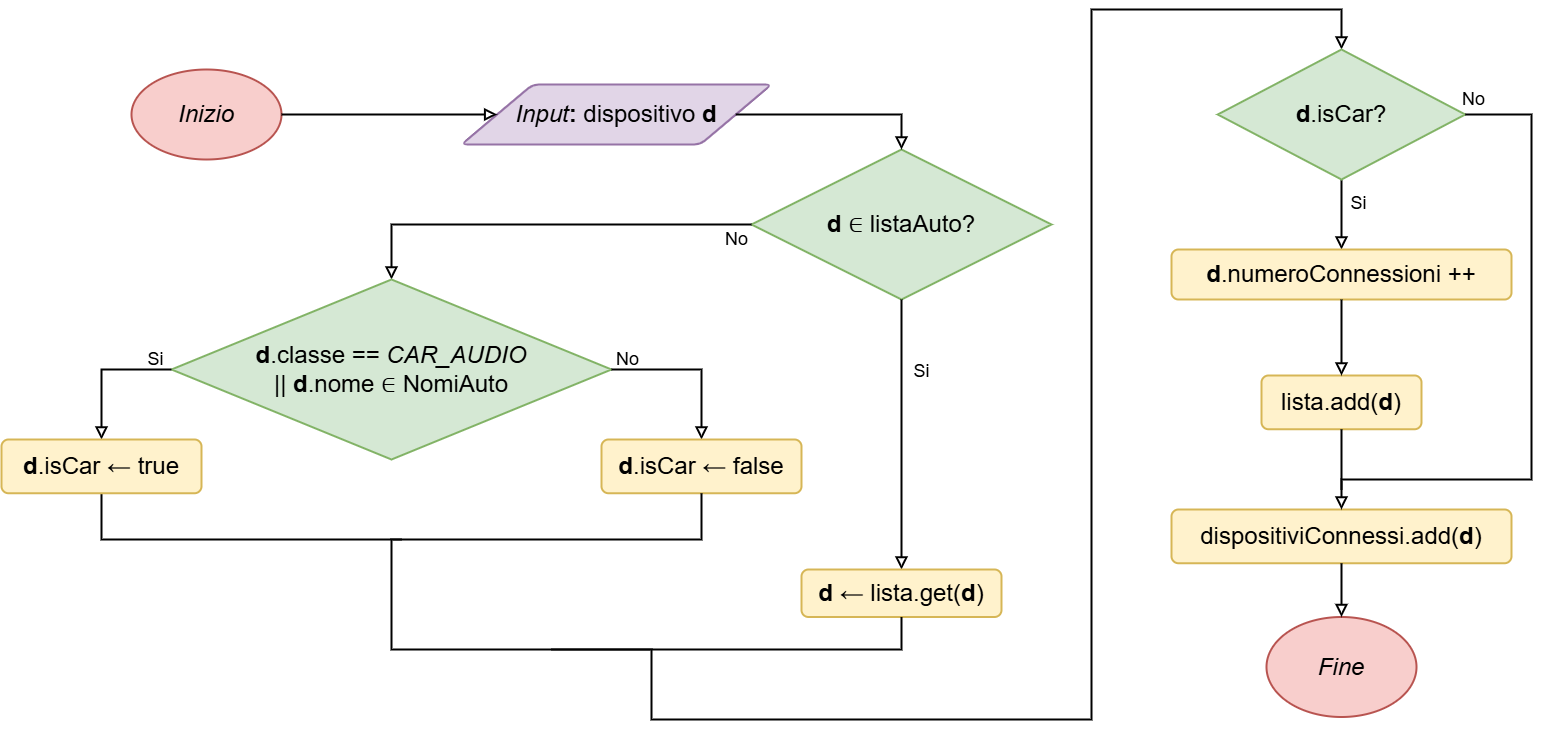
Earlier version of the draw.io export presentation/assets/algoritmo.png (Romitoskj/bachelor-thesis). Source tidied: cells renumbered, new cells last; positions are measured from the earlier drawing's top-left corner, leaving out a move shared by most shapes.
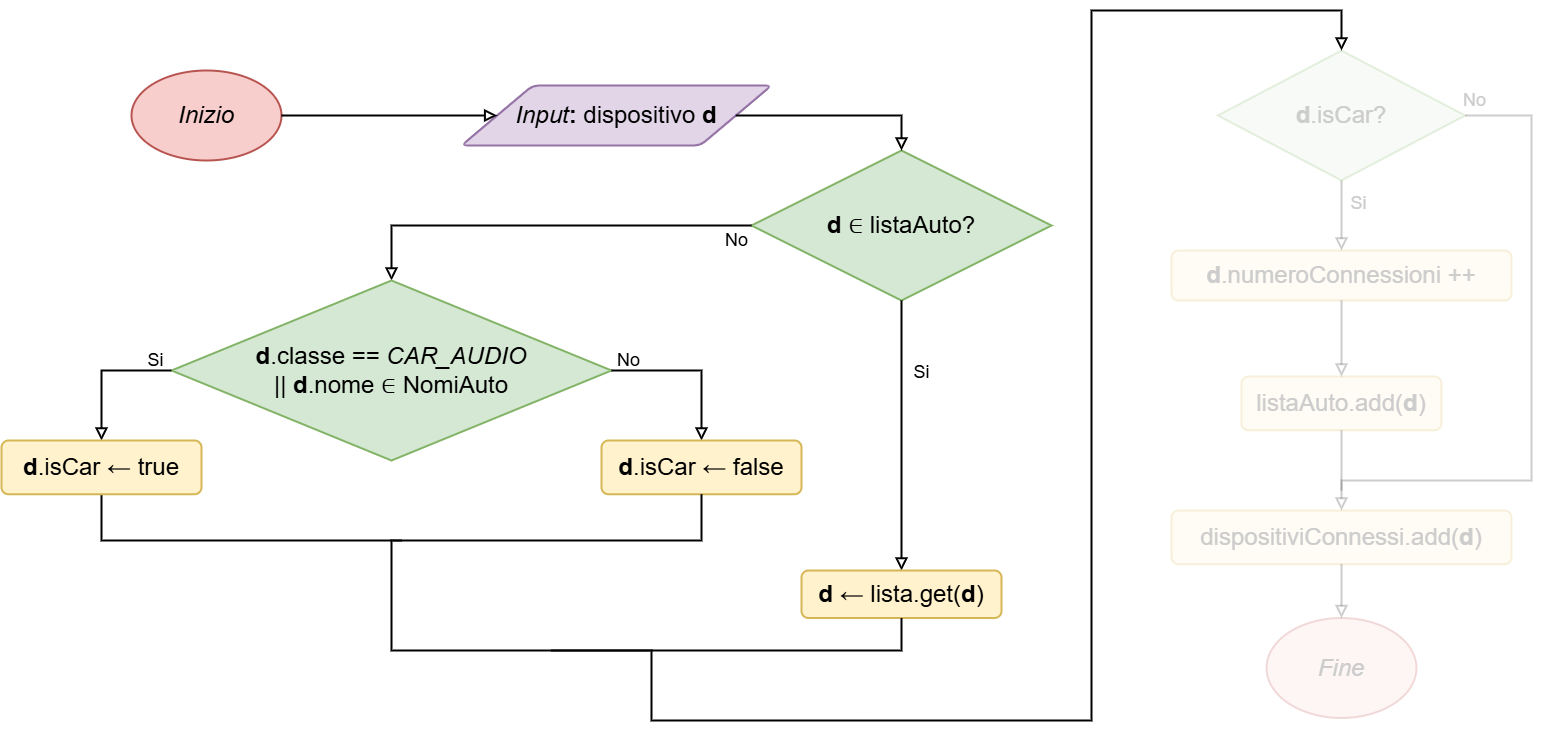
The same diagram one commit later.

Change to the diagram source:
```diff
@@ -36,7 +36,7 @@
     <mxCell id="8" value="&lt;font style=&quot;font-size: 24px;&quot;&gt;&lt;i&gt;Inizio&lt;/i&gt;&lt;/font&gt;" style="strokeWidth=2;html=1;shape=mxgraph.flowchart.start_1;whiteSpace=wrap;fillColor=#f8cecc;strokeColor=#b85450;" parent="1" vertex="1">
       <mxGeometry x="130" y="60" width="150" height="90" as="geometry" />
     </mxCell>
-    <mxCell id="9" value="&lt;font style=&quot;font-size: 24px;&quot;&gt;&lt;i&gt;Fine&lt;/i&gt;&lt;/font&gt;" style="strokeWidth=2;html=1;shape=mxgraph.flowchart.start_1;whiteSpace=wrap;fillColor=#f8cecc;strokeColor=#b85450;" parent="1" vertex="1">
+    <mxCell id="9" value="&lt;font color=&quot;#cccccc&quot; style=&quot;font-size: 24px;&quot;&gt;&lt;i&gt;Fine&lt;/i&gt;&lt;/font&gt;" style="strokeWidth=2;html=1;shape=mxgraph.flowchart.start_1;whiteSpace=wrap;fillColor=#f8cecc;strokeColor=#b85450;opacity=20;" parent="1" vertex="1">
       <mxGeometry x="1265" y="607.5" width="150" height="100" as="geometry" />
     </mxCell>
     <mxCell id="10" style="rounded=0;html=1;jettySize=auto;fontSize=11;endArrow=block;endFill=0;endSize=8;strokeWidth=2;shadow=0;labelBackgroundColor=none;edgeStyle=orthogonalEdgeStyle;exitX=1;exitY=0.5;exitDx=0;exitDy=0;exitPerimeter=0;entryX=0;entryY=0.5;entryDx=0;entryDy=0;" parent="1" edge="1" source="8" target="2">
@@ -45,25 +45,25 @@
     <mxCell id="11" value="&lt;font style=&quot;font-size: 18px;&quot;&gt;No&lt;/font&gt;" style="rounded=0;html=1;jettySize=auto;fontSize=11;endArrow=block;endFill=0;endSize=8;strokeWidth=2;shadow=0;labelBackgroundColor=none;edgeStyle=orthogonalEdgeStyle;entryX=0.5;entryY=0;entryDx=0;entryDy=0;entryPerimeter=0;exitX=0;exitY=0.5;exitDx=0;exitDy=0;exitPerimeter=0;" parent="1" edge="1" source="3" target="19">
       <mxGeometry x="-0.93" y="15" relative="1" as="geometry" />
     </mxCell>
-    <mxCell id="12" value="&lt;font style=&quot;font-size: 18px;&quot;&gt;Si&lt;/font&gt;" style="rounded=0;html=1;jettySize=auto;fontSize=11;endArrow=block;endFill=0;endSize=8;strokeWidth=2;shadow=0;labelBackgroundColor=none;edgeStyle=orthogonalEdgeStyle;entryX=0.5;entryY=0;entryDx=0;entryDy=0;exitX=0.5;exitY=1;exitDx=0;exitDy=0;exitPerimeter=0;" parent="1" edge="1" source="17" target="15">
-      <mxGeometry x="-0.33" y="17" relative="1" as="geometry" />
+    <mxCell id="12" value="&lt;font color=&quot;#cccccc&quot; style=&quot;font-size: 18px;&quot;&gt;Si&lt;/font&gt;" style="rounded=0;html=1;jettySize=auto;fontSize=11;endArrow=block;endFill=0;endSize=8;strokeWidth=2;shadow=0;labelBackgroundColor=none;edgeStyle=orthogonalEdgeStyle;entryX=0.5;entryY=0;entryDx=0;entryDy=0;exitX=0.5;exitY=1;exitDx=0;exitDy=0;exitPerimeter=0;opacity=20;" parent="1" edge="1" source="17" target="15">
+      <mxGeometry x="-0.34" y="17" relative="1" as="geometry" />
     </mxCell>
-    <mxCell id="13" value="&lt;font style=&quot;font-size: 24px;&quot;&gt;dispositiviConnessi.add(&lt;b&gt;d&lt;/b&gt;)&lt;/font&gt;" style="rounded=1;whiteSpace=wrap;html=1;absoluteArcSize=1;arcSize=14;strokeWidth=2;fillColor=#fff2cc;strokeColor=#d6b656;" parent="1" vertex="1">
+    <mxCell id="13" value="&lt;font color=&quot;#cccccc&quot; style=&quot;font-size: 24px;&quot;&gt;dispositiviConnessi.add(&lt;b&gt;d&lt;/b&gt;)&lt;/font&gt;" style="rounded=1;whiteSpace=wrap;html=1;absoluteArcSize=1;arcSize=14;strokeWidth=2;fillColor=#fff2cc;strokeColor=#d6b656;opacity=20;" parent="1" vertex="1">
       <mxGeometry x="1170" y="500" width="340" height="53.8" as="geometry" />
     </mxCell>
-    <mxCell id="14" style="rounded=0;html=1;jettySize=auto;fontSize=11;endArrow=block;endFill=0;endSize=8;strokeWidth=2;shadow=0;labelBackgroundColor=none;edgeStyle=orthogonalEdgeStyle;exitX=0.5;exitY=1;exitDx=0;exitDy=0;entryX=0.5;entryY=0;entryDx=0;entryDy=0;entryPerimeter=0;" parent="1" edge="1" source="13" target="9">
+    <mxCell id="14" style="rounded=0;html=1;jettySize=auto;fontSize=11;endArrow=block;endFill=0;endSize=8;strokeWidth=2;shadow=0;labelBackgroundColor=none;edgeStyle=orthogonalEdgeStyle;exitX=0.5;exitY=1;exitDx=0;exitDy=0;entryX=0.5;entryY=0;entryDx=0;entryDy=0;entryPerimeter=0;opacity=20;" parent="1" edge="1" source="13" target="9">
       <mxGeometry relative="1" as="geometry" />
     </mxCell>
-    <mxCell id="15" value="&lt;font style=&quot;font-size: 24px;&quot;&gt;&lt;b&gt;d&lt;/b&gt;.numeroConnessioni ++&lt;/font&gt;" style="rounded=1;whiteSpace=wrap;html=1;absoluteArcSize=1;arcSize=14;strokeWidth=2;fillColor=#fff2cc;strokeColor=#d6b656;" parent="1" vertex="1">
+    <mxCell id="15" value="&lt;font color=&quot;#cccccc&quot; style=&quot;font-size: 24px;&quot;&gt;&lt;b&gt;d&lt;/b&gt;.numeroConnessioni ++&lt;/font&gt;" style="rounded=1;whiteSpace=wrap;html=1;absoluteArcSize=1;arcSize=14;strokeWidth=2;fillColor=#fff2cc;strokeColor=#d6b656;opacity=20;" parent="1" vertex="1">
       <mxGeometry x="1170" y="240" width="340" height="50" as="geometry" />
     </mxCell>
-    <mxCell id="16" value="&lt;font style=&quot;font-size: 24px;&quot;&gt;lista.add(&lt;b&gt;d&lt;/b&gt;)&lt;/font&gt;" style="rounded=1;whiteSpace=wrap;html=1;absoluteArcSize=1;arcSize=14;strokeWidth=2;fillColor=#fff2cc;strokeColor=#d6b656;" parent="1" vertex="1">
-      <mxGeometry x="1260" y="366" width="160" height="53.8" as="geometry" />
+    <mxCell id="16" value="&lt;font color=&quot;#cccccc&quot; style=&quot;font-size: 24px;&quot;&gt;listaAuto.add(&lt;b&gt;d&lt;/b&gt;)&lt;/font&gt;" style="rounded=1;whiteSpace=wrap;html=1;absoluteArcSize=1;arcSize=14;strokeWidth=2;fillColor=#fff2cc;strokeColor=#d6b656;opacity=20;" parent="1" vertex="1">
+      <mxGeometry x="1240" y="366" width="200" height="53.8" as="geometry" />
     </mxCell>
-    <mxCell id="17" value="&lt;font style=&quot;font-size: 24px;&quot;&gt;&lt;b&gt;d&lt;/b&gt;.isCar?&lt;/font&gt;" style="strokeWidth=2;html=1;shape=mxgraph.flowchart.decision;whiteSpace=wrap;fillColor=#d5e8d4;strokeColor=#82b366;" parent="1" vertex="1">
+    <mxCell id="17" value="&lt;font color=&quot;#cccccc&quot; style=&quot;font-size: 24px;&quot;&gt;&lt;b&gt;d&lt;/b&gt;.isCar?&lt;/font&gt;" style="strokeWidth=2;html=1;shape=mxgraph.flowchart.decision;whiteSpace=wrap;fillColor=#d5e8d4;strokeColor=#82b366;opacity=20;" parent="1" vertex="1">
       <mxGeometry x="1216.2" y="40" width="247.5" height="130" as="geometry" />
     </mxCell>
-    <mxCell id="18" style="rounded=0;html=1;jettySize=auto;fontSize=11;endArrow=block;endFill=0;endSize=8;strokeWidth=2;shadow=0;labelBackgroundColor=none;edgeStyle=orthogonalEdgeStyle;exitX=0.5;exitY=1;exitDx=0;exitDy=0;entryX=0.5;entryY=0;entryDx=0;entryDy=0;" parent="1" edge="1" source="15" target="16">
+    <mxCell id="18" style="rounded=0;html=1;jettySize=auto;fontSize=11;endArrow=block;endFill=0;endSize=8;strokeWidth=2;shadow=0;labelBackgroundColor=none;edgeStyle=orthogonalEdgeStyle;exitX=0.5;exitY=1;exitDx=0;exitDy=0;entryX=0.5;entryY=0;entryDx=0;entryDy=0;opacity=20;" parent="1" edge="1" source="15" target="16">
       <mxGeometry relative="1" as="geometry" />
     </mxCell>
     <mxCell id="19" value="&lt;div&gt;&lt;font style=&quot;font-size: 24px;&quot;&gt;&lt;b&gt;d&lt;/b&gt;.classe == &lt;i&gt;CAR_AUDIO&lt;/i&gt;&lt;/font&gt;&lt;/div&gt;&lt;div&gt;&lt;font style=&quot;font-size: 24px;&quot;&gt;||&amp;nbsp;&lt;/font&gt;&lt;font style=&quot;background-color: initial; font-size: 24px;&quot;&gt;&lt;b&gt;d&lt;/b&gt;.nome&amp;nbsp;&lt;/font&gt;&lt;span style=&quot;background-color: initial; font-size: 24px;&quot;&gt;∈&amp;nbsp;&lt;/span&gt;&lt;span style=&quot;background-color: initial; font-size: 24px;&quot;&gt;NomiAuto&lt;/span&gt;&lt;/div&gt;" style="strokeWidth=2;html=1;shape=mxgraph.flowchart.decision;whiteSpace=wrap;fillColor=#d5e8d4;strokeColor=#82b366;" parent="1" vertex="1">
@@ -104,7 +104,7 @@
         </Array>
       </mxGeometry>
     </mxCell>
-    <mxCell id="25" value="&lt;font style=&quot;font-size: 18px;&quot;&gt;No&lt;/font&gt;" style="rounded=0;html=1;jettySize=auto;fontSize=11;endArrow=block;endFill=0;endSize=8;strokeWidth=2;shadow=0;labelBackgroundColor=none;edgeStyle=orthogonalEdgeStyle;exitX=1;exitY=0.5;exitDx=0;exitDy=0;exitPerimeter=0;entryX=0.5;entryY=0;entryDx=0;entryDy=0;" parent="1" edge="1" source="17" target="13">
+    <mxCell id="25" value="&lt;font color=&quot;#cccccc&quot; style=&quot;font-size: 18px;&quot;&gt;No&lt;/font&gt;" style="rounded=0;html=1;jettySize=auto;fontSize=11;endArrow=block;endFill=0;endSize=8;strokeWidth=2;shadow=0;labelBackgroundColor=none;edgeStyle=orthogonalEdgeStyle;exitX=1;exitY=0.5;exitDx=0;exitDy=0;exitPerimeter=0;entryX=0.5;entryY=0;entryDx=0;entryDy=0;opacity=20;" parent="1" edge="1" source="17" target="13">
       <mxGeometry x="-0.97" y="15" relative="1" as="geometry">
         <Array as="points">
           <mxPoint x="1530" y="105" />
@@ -113,7 +113,7 @@
         </Array>
       </mxGeometry>
     </mxCell>
-    <mxCell id="26" style="endArrow=none;html=1;rounded=0;entryX=0.5;entryY=1;entryDx=0;entryDy=0;strokeWidth=2;" parent="1" edge="1" target="16">
+    <mxCell id="26" style="endArrow=none;html=1;rounded=0;entryX=0.5;entryY=1;entryDx=0;entryDy=0;strokeWidth=2;opacity=20;" parent="1" edge="1" target="16">
       <mxGeometry relative="1" as="geometry">
         <mxPoint x="1340" y="480" as="sourcePoint" />
       </mxGeometry>
```
